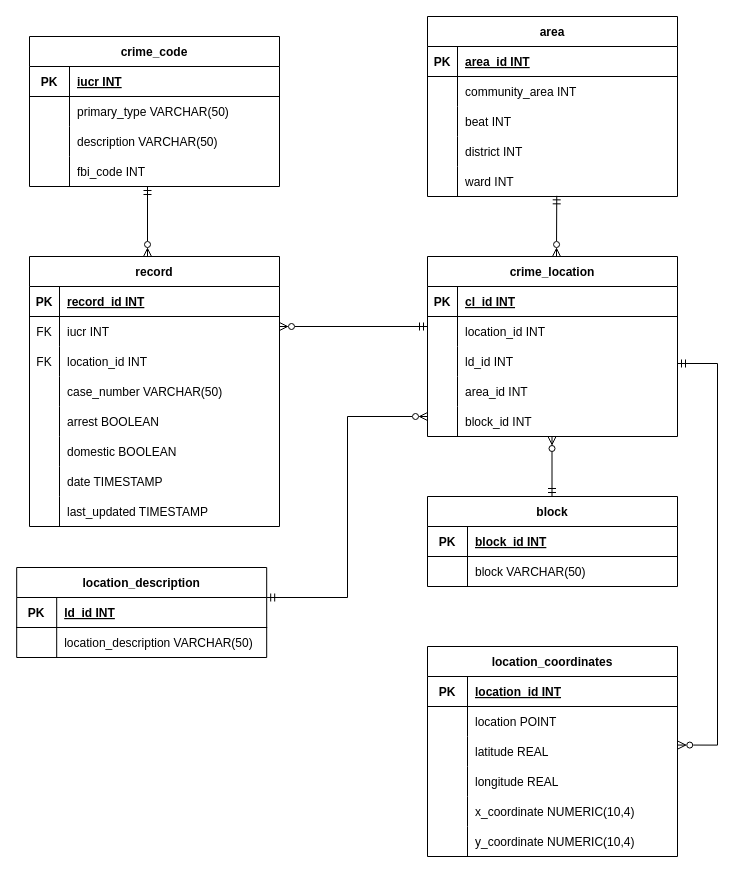
The draw.io diagram mod7.drawio in karenlrl/Data-Story, before the edit. Source tidied: cells renumbered, new cells numbered last; positions are measured from the earlier drawing's top-left corner, leaving out a move shared by most shapes. Both pictures are drawn from the tidied source at 100%, with x=0, y=0 at pixel (16, 16).
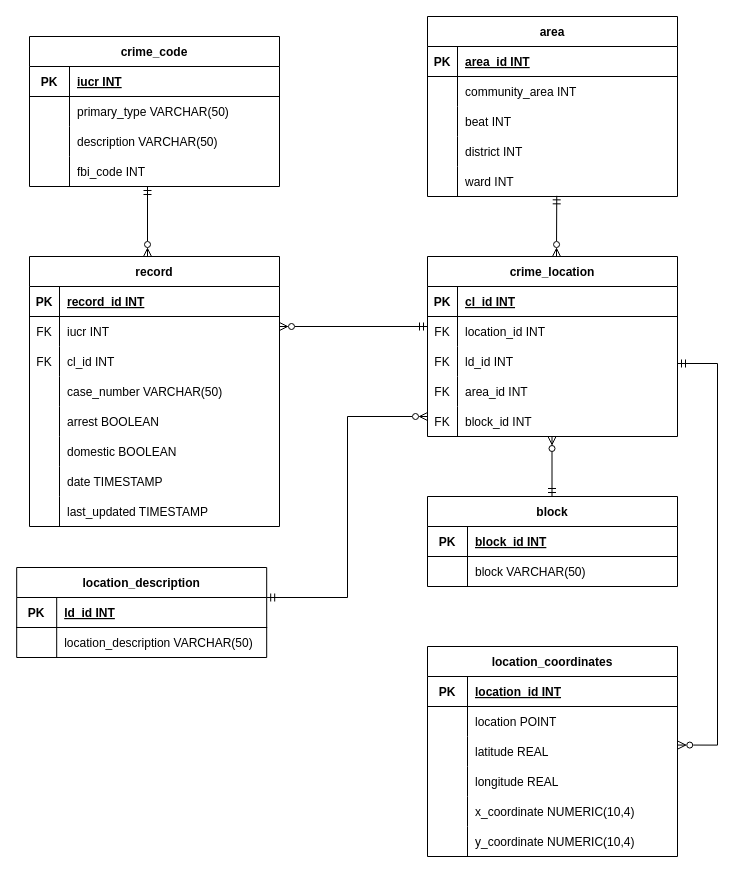
The same diagram, later.

Unchanged cells that the change refers to:
```xml
<mxCell id="41" style="shape=partialRectangle;fillColor=none;top=0;left=0;right=0;bottom=0;" parent="34" vertex="1">
  <mxGeometry y="90" width="250" height="30" as="geometry" />
</mxCell>
<mxCell id="98" style="shape=partialRectangle;fillColor=none;top=0;left=0;right=0;bottom=0;" parent="94" vertex="1">
  <mxGeometry y="60" width="250" height="30" as="geometry" />
</mxCell>
<mxCell id="101" style="shape=partialRectangle;fillColor=none;top=0;left=0;right=0;bottom=0;" parent="94" vertex="1">
  <mxGeometry y="90" width="250" height="30" as="geometry" />
</mxCell>
<mxCell id="104" style="shape=partialRectangle;fillColor=none;top=0;left=0;right=0;bottom=0;" parent="94" vertex="1">
  <mxGeometry y="120" width="250" height="30" as="geometry" />
</mxCell>
<mxCell id="107" style="shape=partialRectangle;fillColor=none;top=0;left=0;right=0;bottom=0;" parent="94" vertex="1">
  <mxGeometry y="150" width="250" height="30" as="geometry" />
</mxCell>
```

Diff of the diagram source:
```diff
@@
-    <mxCell id="43" value="location_id INT" style="shape=partialRectangle;overflow=hidden;fillColor=none;top=0;left=0;bottom=0;right=0;align=left;spacingLeft=6;" parent="41" vertex="1">
+    <mxCell id="43" value="cl_id INT" style="shape=partialRectangle;overflow=hidden;fillColor=none;top=0;left=0;bottom=0;right=0;align=left;spacingLeft=6;" parent="41" vertex="1">
       <mxGeometry x="30" width="220" height="30" as="geometry" />
     </mxCell>
@@
-    <mxCell id="99" style="shape=partialRectangle;overflow=hidden;fillColor=none;top=0;left=0;bottom=0;right=0;" parent="98" vertex="1">
+    <mxCell id="99" value="FK" style="shape=partialRectangle;overflow=hidden;fillColor=none;top=0;left=0;bottom=0;right=0;" parent="98" vertex="1">
       <mxGeometry width="30" height="30" as="geometry" />
     </mxCell>
@@
-    <mxCell id="102" style="shape=partialRectangle;overflow=hidden;fillColor=none;top=0;left=0;bottom=0;right=0;" parent="101" vertex="1">
+    <mxCell id="102" value="FK" style="shape=partialRectangle;overflow=hidden;fillColor=none;top=0;left=0;bottom=0;right=0;" parent="101" vertex="1">
       <mxGeometry width="30" height="30" as="geometry" />
     </mxCell>
@@
-    <mxCell id="105" style="shape=partialRectangle;overflow=hidden;fillColor=none;top=0;left=0;bottom=0;right=0;" parent="104" vertex="1">
+    <mxCell id="105" value="FK" style="shape=partialRectangle;overflow=hidden;fillColor=none;top=0;left=0;bottom=0;right=0;" parent="104" vertex="1">
       <mxGeometry width="30" height="30" as="geometry" />
     </mxCell>
@@
-    <mxCell id="108" style="shape=partialRectangle;overflow=hidden;fillColor=none;top=0;left=0;bottom=0;right=0;" parent="107" vertex="1">
+    <mxCell id="108" value="FK" style="shape=partialRectangle;overflow=hidden;fillColor=none;top=0;left=0;bottom=0;right=0;" parent="107" vertex="1">
       <mxGeometry width="30" height="30" as="geometry" />
     </mxCell>
```
